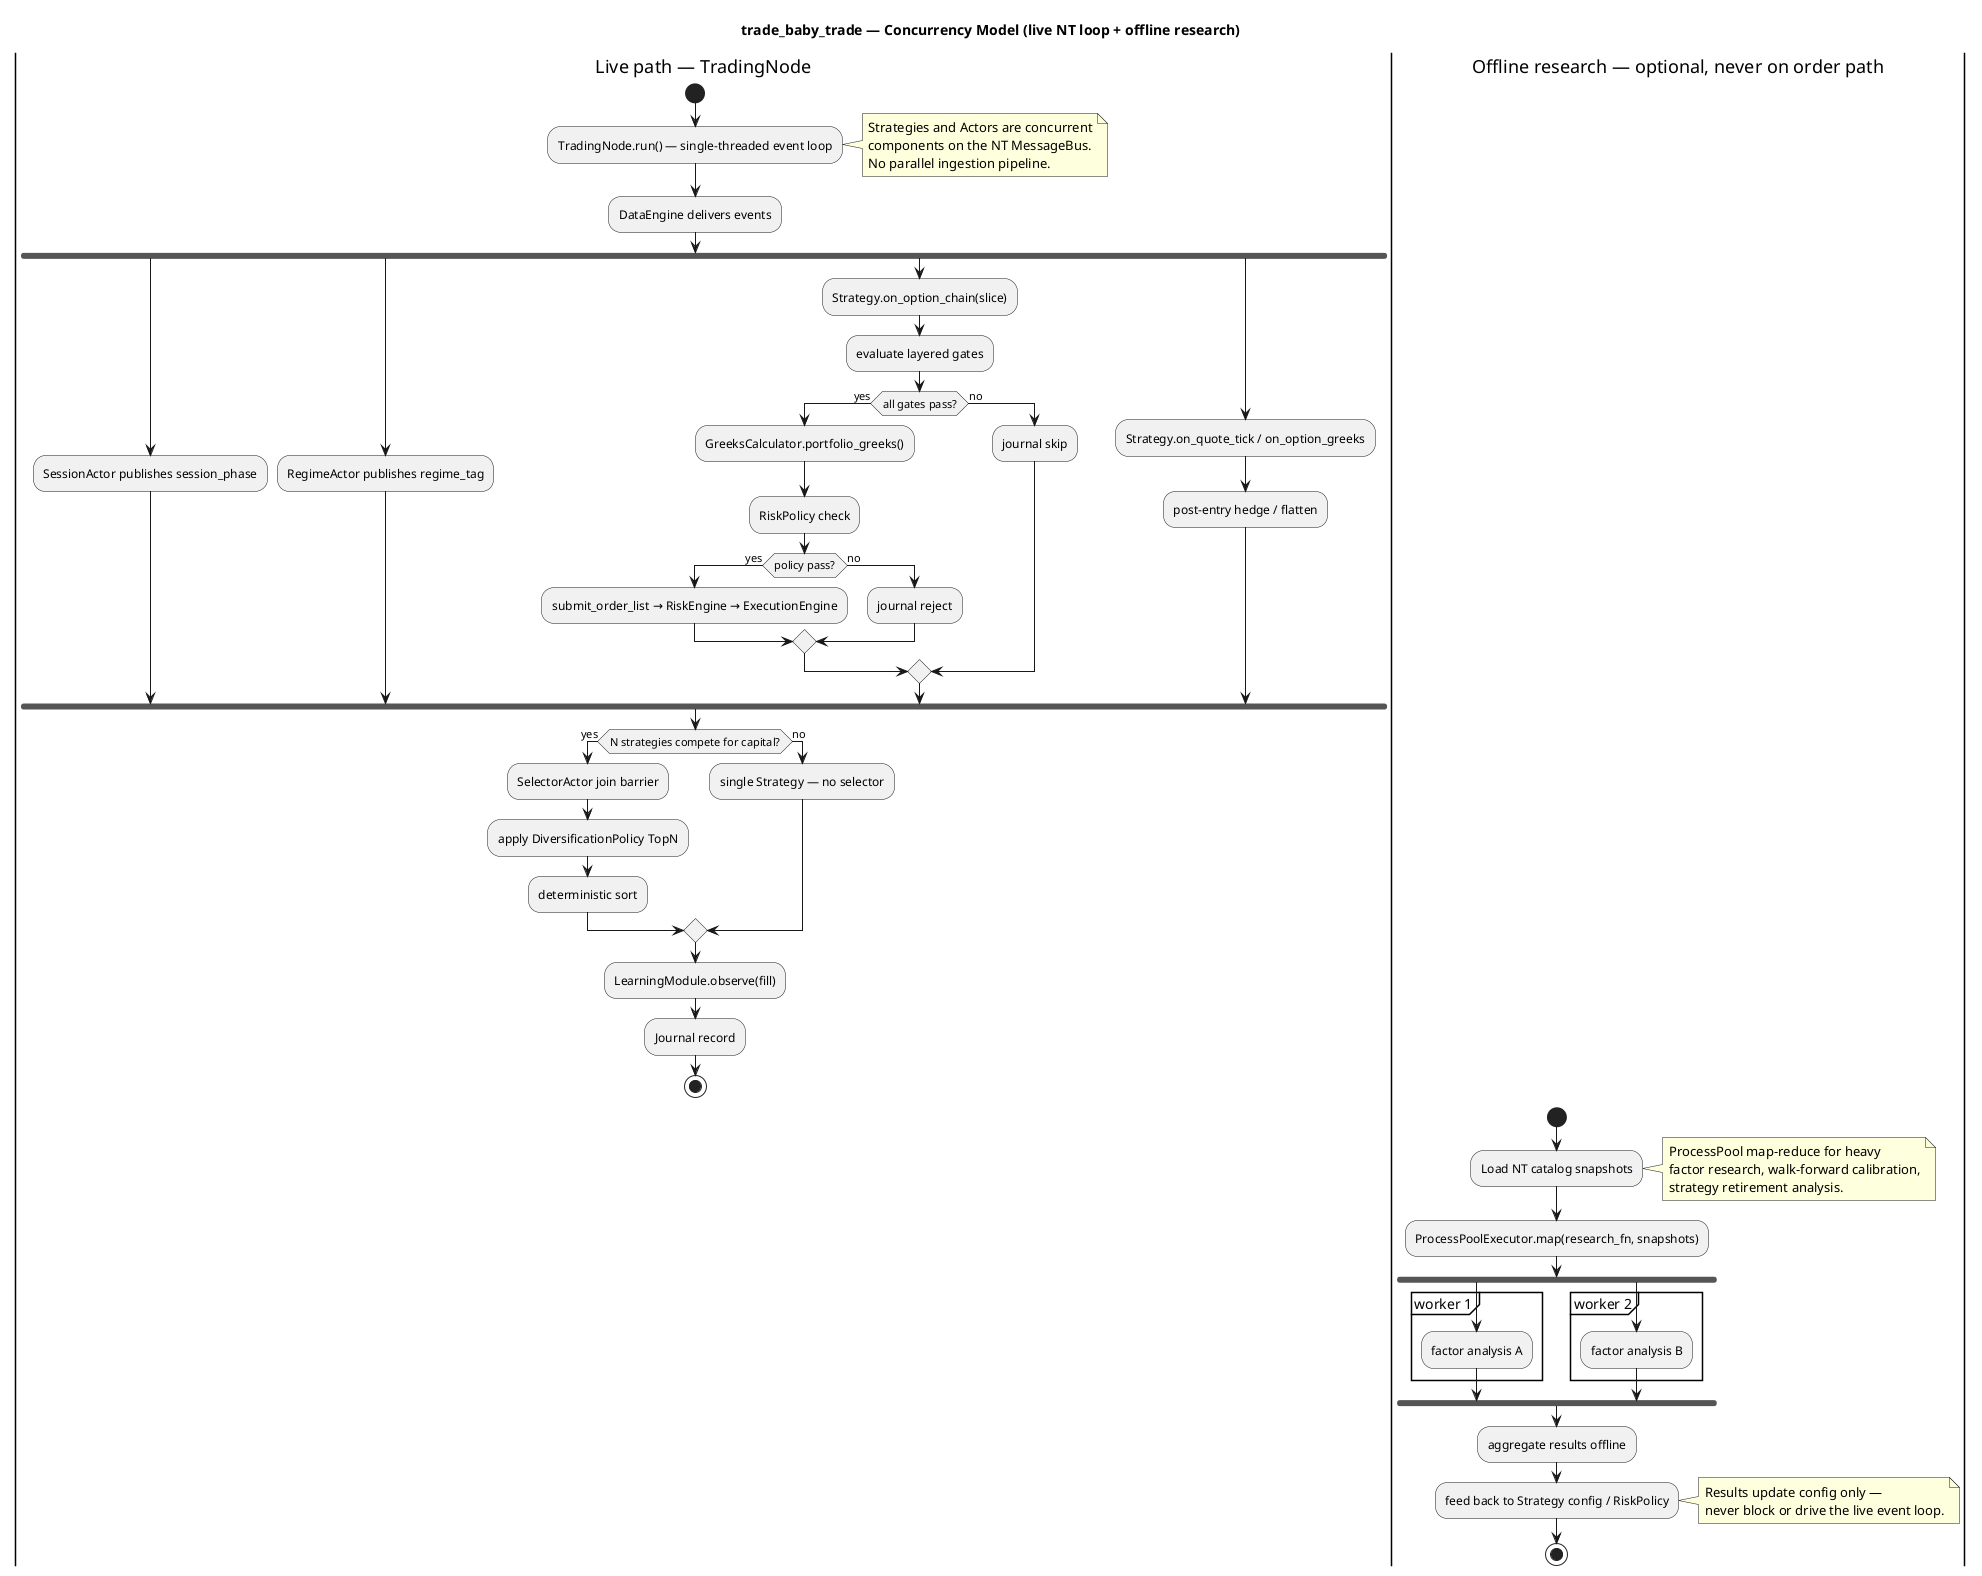
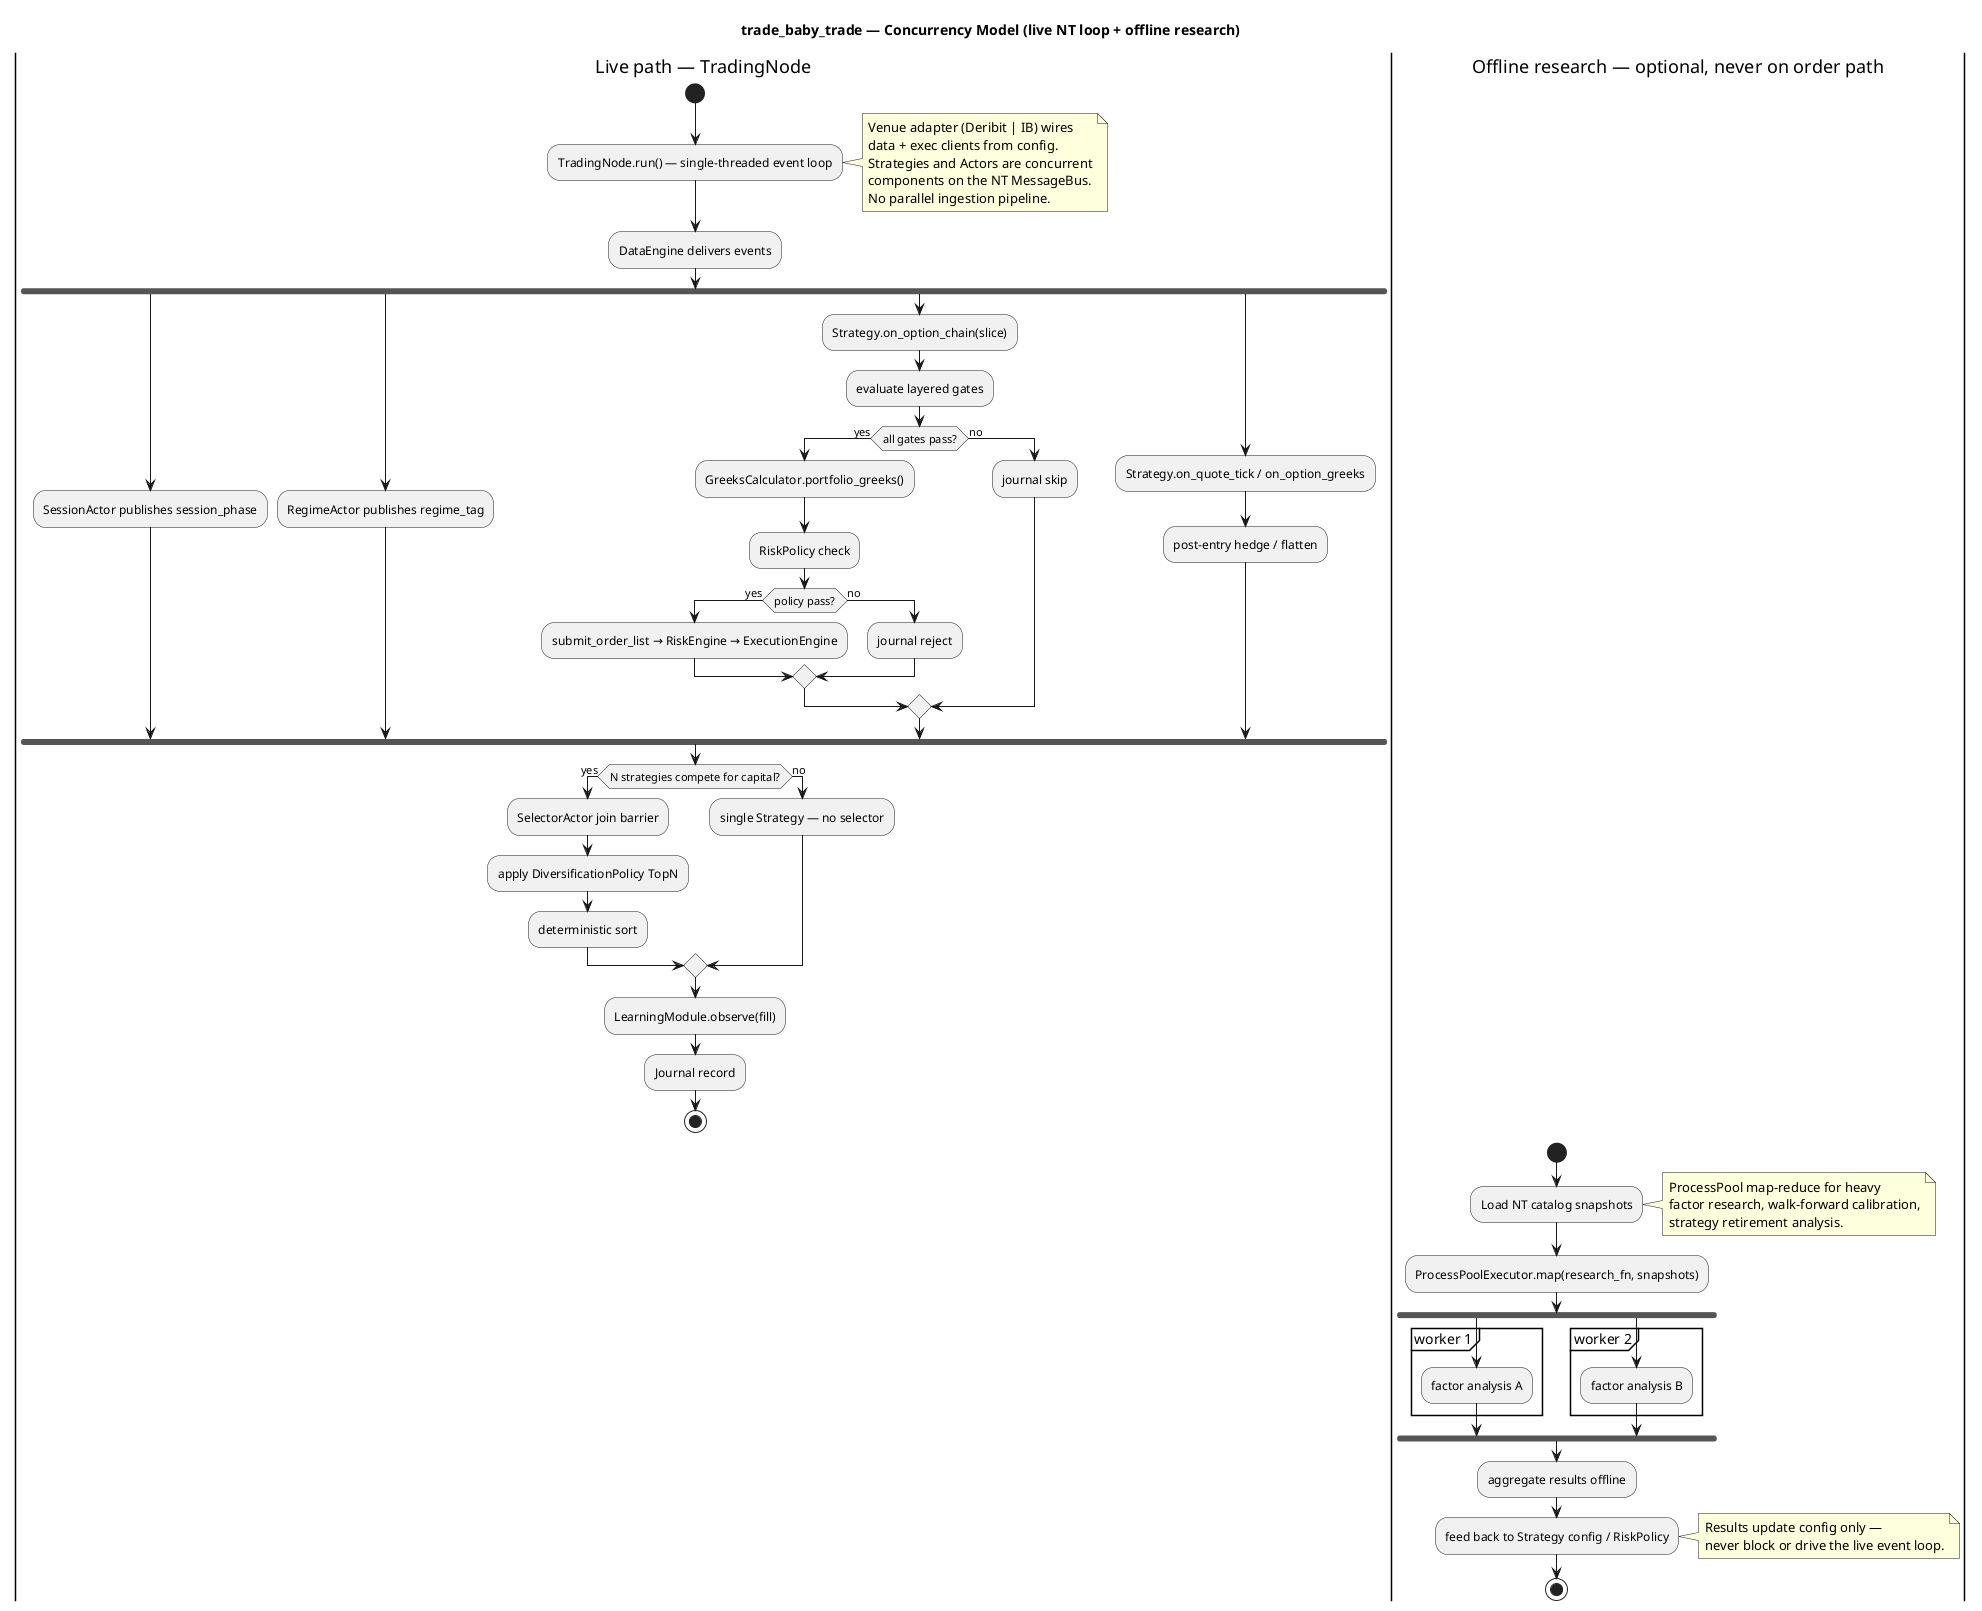
@startuml concurrency-activity
title trade_baby_trade — Concurrency Model (live NT loop + offline research)

skinparam conditionStyle inside

|Live path — TradingNode|
start
:TradingNode.run() — single-threaded event loop;
note right
+   Venue adapter (Deribit | IB) wires
+   data + exec clients from config.
  Strategies and Actors are concurrent
  components on the NT MessageBus.
  No parallel ingestion pipeline.
end note

:DataEngine delivers events;
fork
  :SessionActor publishes session_phase;
fork again
  :RegimeActor publishes regime_tag;
fork again
  :Strategy.on_option_chain(slice);
  :evaluate layered gates;
  if (all gates pass?) then (yes)
    :GreeksCalculator.portfolio_greeks();
    :RiskPolicy check;
    if (policy pass?) then (yes)
      :submit_order_list → RiskEngine → ExecutionEngine;
    else (no)
      :journal reject;
    endif
  else (no)
    :journal skip;
  endif
fork again
  :Strategy.on_quote_tick / on_option_greeks;
  :post-entry hedge / flatten;
end fork

if (N strategies compete for capital?) then (yes)
  :SelectorActor join barrier;
  :apply DiversificationPolicy TopN;
  :deterministic sort;
else (no)
  :single Strategy — no selector;
endif

:LearningModule.observe(fill);
:Journal record;
stop

|Offline research — optional, never on order path|
start
:Load NT catalog snapshots;
note right
  ProcessPool map-reduce for heavy
  factor research, walk-forward calibration,
  strategy retirement analysis.
end note

:ProcessPoolExecutor.map(research_fn, snapshots);
fork
  partition "worker 1" {
    :factor analysis A;
  }
fork again
  partition "worker 2" {
    :factor analysis B;
  }
end fork

:aggregate results offline;
:feed back to Strategy config / RiskPolicy;
note right
  Results update config only —
  never block or drive the live event loop.
end note
stop
@enduml
